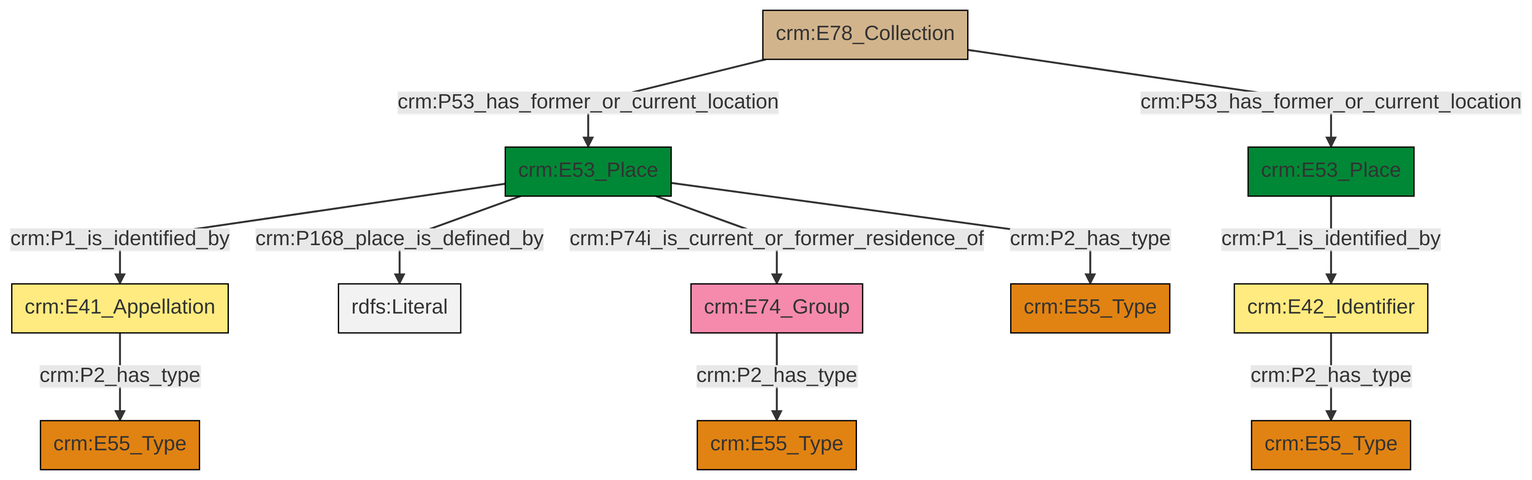
Above: et/archivalCSV/ttl/mmd/png/archival_location.png in swiss-art-research-net/docs.swissartresearch (Mermaid), before the change. Its source is kept beside it as et/archivalCSV/ttl/mmd/archival_location.ttl.mmd. Source of this version:
```mermaid
graph TD
classDef Literal fill:#f2f2f2,stroke:#000000;
classDef CRM_Entity fill:#FFFFFF,stroke:#000000;
classDef Temporal_Entity fill:#00C9E6, stroke:#000000;
classDef Type fill:#E18312, stroke:#000000;
classDef Time-Span fill:#2C9C91, stroke:#000000;
classDef Appellation fill:#FFEB7F, stroke:#000000;
classDef Place fill:#008836, stroke:#000000;
classDef Persistent_Item fill:#B266B2, stroke:#000000;
classDef Conceptual_Object fill:#FFD700, stroke:#000000;
classDef Physical_Thing fill:#D2B48C, stroke:#000000;
classDef Actor fill:#f58aad, stroke:#000000;
classDef PC_Classes fill:#4ce600, stroke:#000000;
classDef Multi fill:#cccccc,stroke:#000000;

2["crm:E53_Place"]:::Place -->|crm:P1_is_identified_by| 3["crm:E42_Identifier"]:::Appellation
4["crm:E78_Collection"]:::Physical_Thing -->|crm:P53_has_former_or_current_location| 5["crm:E53_Place"]:::Place
4["crm:E78_Collection"]:::Physical_Thing -->|crm:P53_has_former_or_current_location| 2["crm:E53_Place"]:::Place
5["crm:E53_Place"]:::Place -->|crm:P1_is_identified_by| 0["crm:E41_Appellation"]:::Appellation
17["crm:E74_Group"]:::Actor -->|crm:P2_has_type| 8["crm:E55_Type"]:::Type
5["crm:E53_Place"]:::Place -->|crm:P168_place_is_defined_by| 20[rdfs:Literal]:::Literal
5["crm:E53_Place"]:::Place -->|crm:P74i_is_current_or_former_residence_of| 17["crm:E74_Group"]:::Actor
0["crm:E41_Appellation"]:::Appellation -->|crm:P2_has_type| 11["crm:E55_Type"]:::Type
5["crm:E53_Place"]:::Place -->|crm:P2_has_type| 6["crm:E55_Type"]:::Type
3["crm:E42_Identifier"]:::Appellation -->|crm:P2_has_type| 13["crm:E55_Type"]:::Type
```
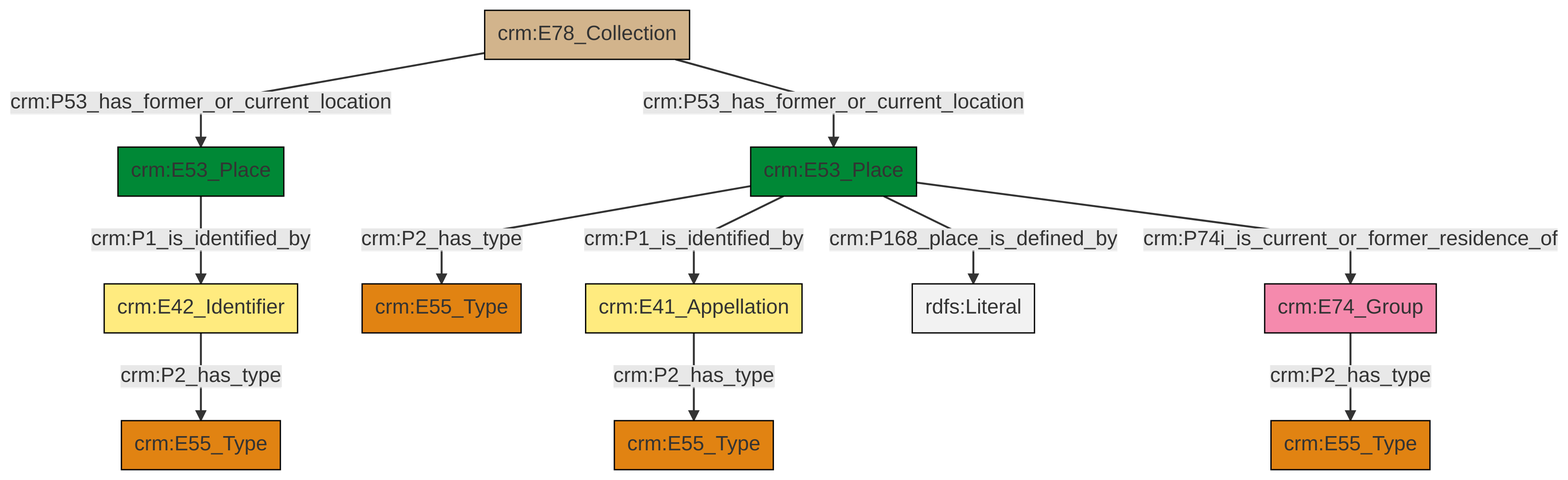
After the change.

What changed in the source:
```diff
@@ -13,13 +13,13 @@
 classDef PC_Classes fill:#4ce600, stroke:#000000;
 classDef Multi fill:#cccccc,stroke:#000000;
 
-2["crm:E53_Place"]:::Place -->|crm:P1_is_identified_by| 3["crm:E42_Identifier"]:::Appellation
-4["crm:E78_Collection"]:::Physical_Thing -->|crm:P53_has_former_or_current_location| 5["crm:E53_Place"]:::Place
-4["crm:E78_Collection"]:::Physical_Thing -->|crm:P53_has_former_or_current_location| 2["crm:E53_Place"]:::Place
-5["crm:E53_Place"]:::Place -->|crm:P1_is_identified_by| 0["crm:E41_Appellation"]:::Appellation
-17["crm:E74_Group"]:::Actor -->|crm:P2_has_type| 8["crm:E55_Type"]:::Type
-5["crm:E53_Place"]:::Place -->|crm:P168_place_is_defined_by| 20[rdfs:Literal]:::Literal
-5["crm:E53_Place"]:::Place -->|crm:P74i_is_current_or_former_residence_of| 17["crm:E74_Group"]:::Actor
-0["crm:E41_Appellation"]:::Appellation -->|crm:P2_has_type| 11["crm:E55_Type"]:::Type
-5["crm:E53_Place"]:::Place -->|crm:P2_has_type| 6["crm:E55_Type"]:::Type
-3["crm:E42_Identifier"]:::Appellation -->|crm:P2_has_type| 13["crm:E55_Type"]:::Type
+0["crm:E53_Place"]:::Place -->|crm:P2_has_type| 1["crm:E55_Type"]:::Type
+2["crm:E78_Collection"]:::Physical_Thing -->|crm:P53_has_former_or_current_location| 3["crm:E53_Place"]:::Place
+2["crm:E78_Collection"]:::Physical_Thing -->|crm:P53_has_former_or_current_location| 0["crm:E53_Place"]:::Place
+3["crm:E53_Place"]:::Place -->|crm:P1_is_identified_by| 6["crm:E42_Identifier"]:::Appellation
+7["crm:E74_Group"]:::Actor -->|crm:P2_has_type| 9["crm:E55_Type"]:::Type
+0["crm:E53_Place"]:::Place -->|crm:P1_is_identified_by| 11["crm:E41_Appellation"]:::Appellation
+0["crm:E53_Place"]:::Place -->|crm:P168_place_is_defined_by| 12[rdfs:Literal]:::Literal
+0["crm:E53_Place"]:::Place -->|crm:P74i_is_current_or_former_residence_of| 7["crm:E74_Group"]:::Actor
+6["crm:E42_Identifier"]:::Appellation -->|crm:P2_has_type| 13["crm:E55_Type"]:::Type
+11["crm:E41_Appellation"]:::Appellation -->|crm:P2_has_type| 16["crm:E55_Type"]:::Type
```
